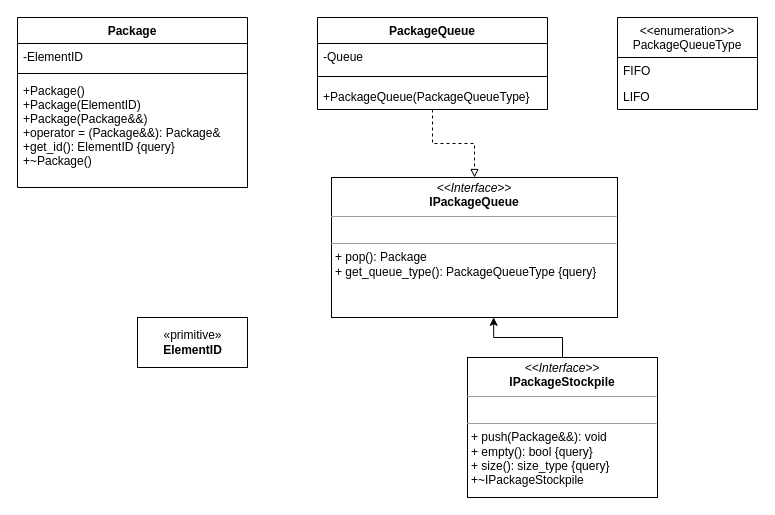
Before: UML/produkt_diagram_UML.drawio in SzymonKupiecki/NetSim, a draw.io diagram. Source tidied: cells renumbered, new cells numbered last; positions are measured from the earlier drawing's top-left corner, leaving out a move shared by most shapes. Both pictures are drawn from the tidied source at 100%, with x=0, y=0 at pixel (17, 17).
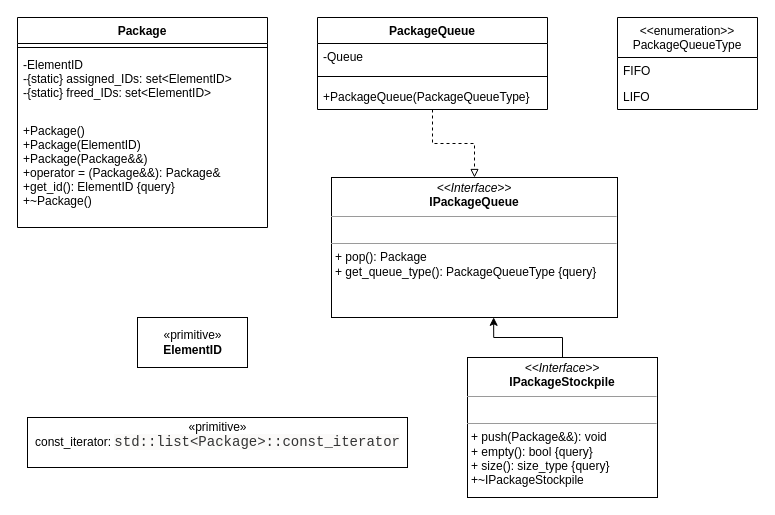
After the change.

What changed in the source:
```diff
@@
 <mxGraphModel>
   <root>
     <mxCell id="0" />
     <mxCell id="1" parent="0" />
     <mxCell id="2" style="edgeStyle=orthogonalEdgeStyle;rounded=0;jettySize=auto;html=1;entryX=0.5;entryY=0;entryDx=0;entryDy=0;endArrow=block;endFill=0;dashed=1;" parent="1" edge="1" source="3" target="14">
       <mxGeometry relative="1" as="geometry" />
     </mxCell>
     <mxCell id="3" value="PackageQueue" style="swimlane;fontStyle=1;align=center;verticalAlign=top;horizontal=1;startSize=26;" parent="1" vertex="1">
       <mxGeometry x="300" width="230" height="92" as="geometry" />
     </mxCell>
     <mxCell id="4" value="-Queue" style="text;strokeColor=none;fillColor=none;align=left;verticalAlign=top;spacingLeft=4;spacingRight=4;overflow=hidden;" parent="3" vertex="1">
       <mxGeometry y="26" width="230" height="26" as="geometry" />
     </mxCell>
     <mxCell id="5" style="line;strokeWidth=1;fillColor=none;align=left;verticalAlign=middle;spacingTop=-1;spacingLeft=3;spacingRight=3;labelPosition=right;" parent="3" vertex="1">
       <mxGeometry y="52" width="230" height="14" as="geometry" />
     </mxCell>
     <mxCell id="6" value="+PackageQueue(PackageQueueType}" style="text;strokeColor=none;fillColor=none;align=left;verticalAlign=top;spacingLeft=4;spacingRight=4;overflow=hidden;" parent="3" vertex="1">
       <mxGeometry y="66" width="230" height="26" as="geometry" />
     </mxCell>
     <mxCell id="7" value="Package" style="swimlane;fontStyle=1;align=center;verticalAlign=top;horizontal=1;startSize=26;" parent="1" vertex="1">
-      <mxGeometry width="230" height="170" as="geometry" />
+      <mxGeometry width="250" height="210" as="geometry" />
     </mxCell>
+    <mxCell id="9" style="line;strokeWidth=1;fillColor=none;align=left;verticalAlign=middle;spacingTop=-1;spacingLeft=3;spacingRight=3;labelPosition=right;" parent="7" vertex="1">
+      <mxGeometry y="26" width="250" height="8" as="geometry" />
+    </mxCell>
-    <mxCell id="8" value="-ElementID" style="text;strokeColor=none;fillColor=none;align=left;verticalAlign=top;spacingLeft=4;spacingRight=4;overflow=hidden;" parent="7" vertex="1">
-      <mxGeometry y="26" width="230" height="26" as="geometry" />
+    <mxCell id="8" value="-ElementID&#10;-{static} assigned_IDs: set&lt;ElementID&gt;&#10;-{static} freed_IDs: set&lt;ElementID&gt;" style="text;strokeColor=none;fillColor=none;align=left;verticalAlign=top;spacingLeft=4;spacingRight=4;overflow=hidden;" parent="7" vertex="1">
+      <mxGeometry y="34" width="250" height="66" as="geometry" />
     </mxCell>
-    <mxCell id="9" style="line;strokeWidth=1;fillColor=none;align=left;verticalAlign=middle;spacingTop=-1;spacingLeft=3;spacingRight=3;labelPosition=right;" parent="7" vertex="1">
-      <mxGeometry y="52" width="230" height="8" as="geometry" />
-    </mxCell>
     <mxCell id="10" value="+Package()&#10;+Package(ElementID)&#10;+Package(Package&amp;&amp;)&#10;+operator = (Package&amp;&amp;): Package&amp;&#10;+get_id(): ElementID {query}&#10;+~Package()" style="text;strokeColor=none;fillColor=none;align=left;verticalAlign=top;spacingLeft=4;spacingRight=4;overflow=hidden;" parent="7" vertex="1">
-      <mxGeometry y="60" width="230" height="110" as="geometry" />
+      <mxGeometry y="100" width="250" height="110" as="geometry" />
     </mxCell>
     <mxCell id="11" value="&lt;&lt;enumeration&gt;&gt;&#10;PackageQueueType" style="swimlane;fontStyle=0;horizontal=1;startSize=40;fillColor=none;" parent="1" vertex="1">
       <mxGeometry x="600" width="140" height="92" as="geometry" />
     </mxCell>
     <mxCell id="12" value="FIFO" style="text;strokeColor=none;fillColor=none;align=left;verticalAlign=top;spacingLeft=4;spacingRight=4;overflow=hidden;" parent="11" vertex="1">
       <mxGeometry y="40" width="140" height="26" as="geometry" />
     </mxCell>
     <mxCell id="13" value="LIFO" style="text;strokeColor=none;fillColor=none;align=left;verticalAlign=top;spacingLeft=4;spacingRight=4;overflow=hidden;" parent="11" vertex="1">
       <mxGeometry y="66" width="140" height="26" as="geometry" />
     </mxCell>
     <mxCell id="14" value="&lt;p style=&quot;margin: 0px ; margin-top: 4px ; text-align: center&quot;&gt;&lt;i&gt;&amp;lt;&amp;lt;Interface&amp;gt;&amp;gt;&lt;/i&gt;&lt;br&gt;&lt;b&gt;IPackageQueue&lt;/b&gt;&lt;/p&gt;&lt;hr size=&quot;1&quot;&gt;&lt;p style=&quot;margin: 0px ; margin-left: 4px&quot;&gt;&lt;br&gt;&lt;/p&gt;&lt;hr size=&quot;1&quot;&gt;&lt;p style=&quot;margin: 0px ; margin-left: 4px&quot;&gt;+ pop(): Package&lt;br&gt;+ get_queue_type(): PackageQueueType {query}&lt;/p&gt;" style="verticalAlign=top;align=left;overflow=fill;fontSize=12;fontFamily=Helvetica;html=1;" parent="1" vertex="1">
       <mxGeometry x="314" y="160" width="286" height="140" as="geometry" />
     </mxCell>
     <mxCell id="15" style="edgeStyle=orthogonalEdgeStyle;rounded=0;jettySize=auto;html=1;entryX=0.567;entryY=0.999;entryDx=0;entryDy=0;entryPerimeter=0;" parent="1" edge="1" source="16" target="14">
       <mxGeometry relative="1" as="geometry" />
     </mxCell>
     <mxCell id="16" value="&lt;p style=&quot;margin: 0px ; margin-top: 4px ; text-align: center&quot;&gt;&lt;i&gt;&amp;lt;&amp;lt;Interface&amp;gt;&amp;gt;&lt;/i&gt;&lt;br&gt;&lt;b&gt;IPackageStockpile&lt;/b&gt;&lt;/p&gt;&lt;hr size=&quot;1&quot;&gt;&lt;p style=&quot;margin: 0px ; margin-left: 4px&quot;&gt;&lt;br&gt;&lt;/p&gt;&lt;hr size=&quot;1&quot;&gt;&lt;p style=&quot;margin: 0px ; margin-left: 4px&quot;&gt;+ push(Package&amp;amp;&amp;amp;): void&lt;br&gt;+ empty(): bool {query}&lt;/p&gt;&lt;p style=&quot;margin: 0px ; margin-left: 4px&quot;&gt;+ size(): size_type {query}&lt;/p&gt;&lt;p style=&quot;margin: 0px ; margin-left: 4px&quot;&gt;+~IPackageStockpile&lt;/p&gt;" style="verticalAlign=top;align=left;overflow=fill;fontSize=12;fontFamily=Helvetica;html=1;" parent="1" vertex="1">
       <mxGeometry x="450" y="340" width="190" height="140" as="geometry" />
     </mxCell>
     <mxCell id="17" value="«primitive»&lt;br&gt;&lt;b&gt;ElementID&lt;/b&gt;" style="html=1;" parent="1" vertex="1">
       <mxGeometry x="120" y="300" width="110" height="50" as="geometry" />
     </mxCell>
+    <mxCell id="18" value="«primitive»&lt;br&gt;const_iterator:&amp;nbsp;&lt;span style=&quot;color: rgb(51 , 51 , 51) ; font-family: &amp;#34;consolas&amp;#34; , &amp;#34;andale mono wt&amp;#34; , &amp;#34;andale mono&amp;#34; , &amp;#34;bitstream vera sans mono&amp;#34; , &amp;#34;nimbus mono l&amp;#34; , &amp;#34;monaco&amp;#34; , &amp;#34;courier new&amp;#34; , monospace ; font-size: 14px ; text-align: left ; background-color: rgb(251 , 250 , 249)&quot;&gt;std::list&amp;lt;Package&amp;gt;::const_iterator&lt;/span&gt;&lt;br&gt;&amp;nbsp;&amp;nbsp;" style="html=1;" parent="1" vertex="1">
+      <mxGeometry x="10" y="400" width="380" height="50" as="geometry" />
+    </mxCell>
   </root>
 </mxGraphModel>
```
